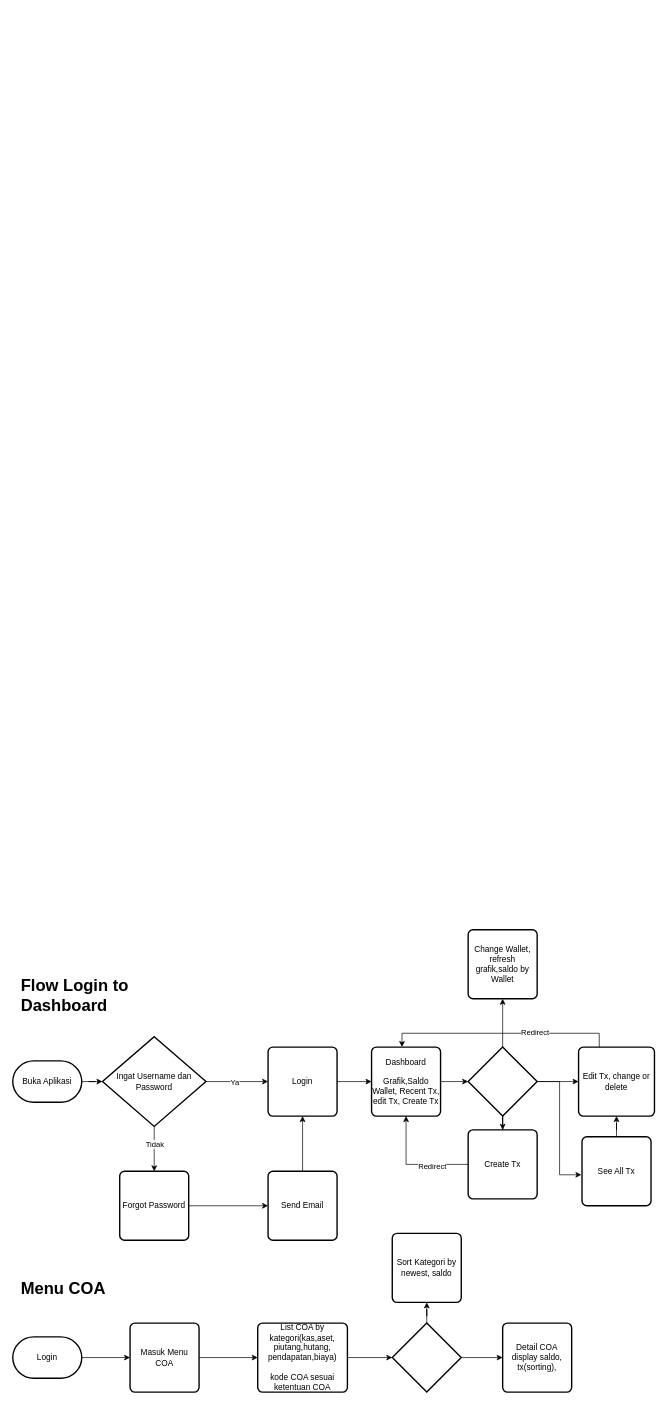
Before: Untitled Diagram.drawio in Maizi12/uasflutter, a draw.io diagram. Source tidied: cells renumbered, new cells numbered last; positions are measured from the earlier drawing's top-left corner, leaving out a move shared by most shapes. Both pictures are drawn from the tidied source at 69%, with x=0, y=0 at pixel (12, 929).
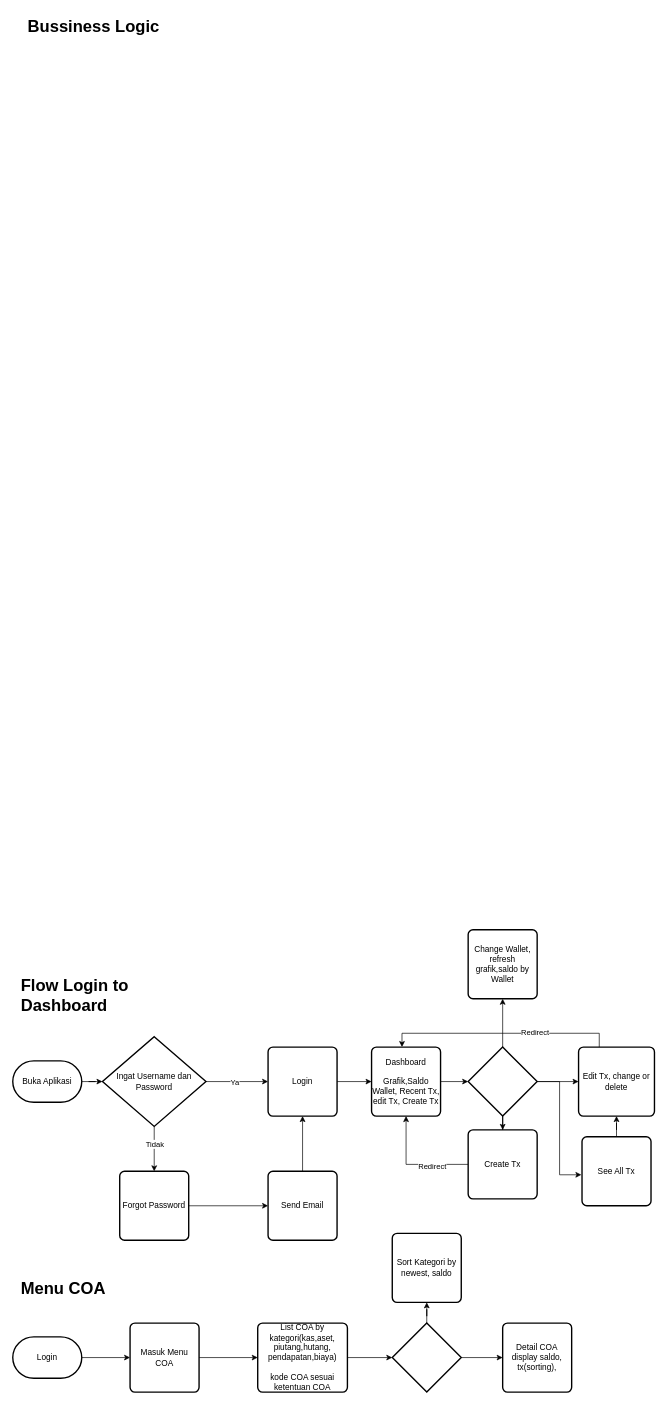
The same diagram, later.

Change to the diagram source:
```diff
@@
+    <mxCell id="44" value="&lt;h1 style=&quot;margin-top: 0px;&quot;&gt;Bussiness Logic&lt;/h1&gt;" style="text;html=1;whiteSpace=wrap;overflow=hidden;rounded=0;" parent="1" vertex="1">
+      <mxGeometry x="20" y="-1330" width="210" height="40" as="geometry" />
+    </mxCell>
```
